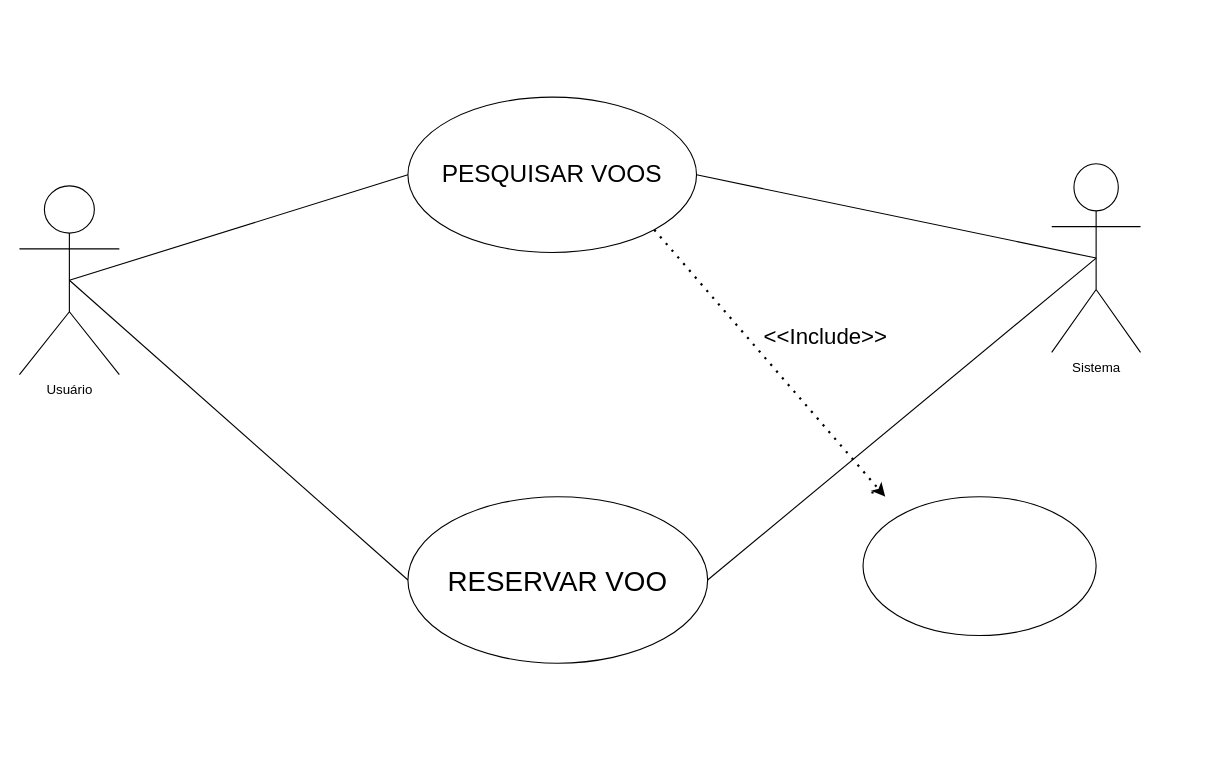
sthevaolol/Draw.io keeps this draw.io diagram as Diagrama sem nome.drawio. Above is the earlier version. Source tidied: cells renumbered, new cells numbered last; positions are measured from the earlier drawing's top-left corner, leaving out a move shared by most shapes. Both pictures are drawn from the tidied source at 111%, with x=0, y=0 at pixel (19, 97).
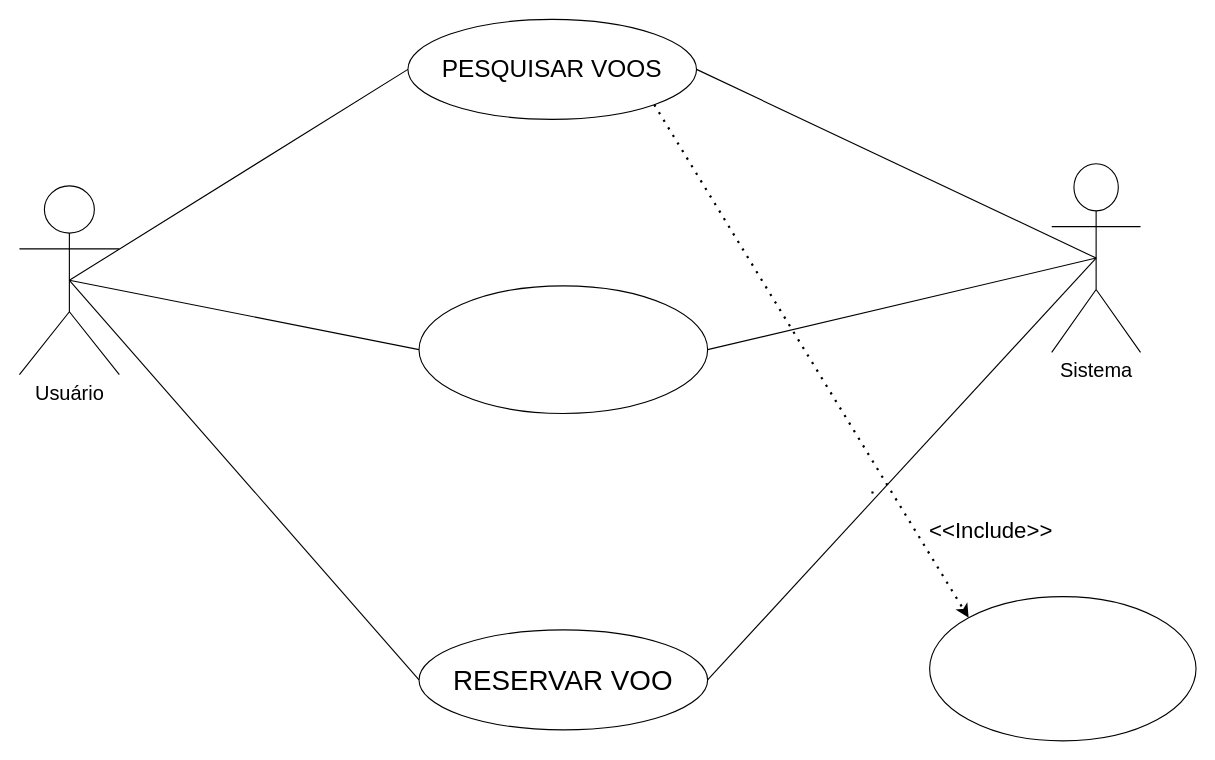
The same page after the edit.

The edit, as a diff of the source:
```diff
@@
 <mxGraphModel>
   <root>
     <mxCell id="0" />
     <mxCell id="1" parent="0" />
-    <mxCell id="2" value="Usuário" style="shape=umlActor;verticalLabelPosition=bottom;verticalAlign=top;html=1;outlineConnect=0;" parent="1" vertex="1">
+    <mxCell id="2" value="&lt;font style=&quot;font-size: 18px;&quot;&gt;Usuário&lt;/font&gt;" style="shape=umlActor;verticalLabelPosition=bottom;verticalAlign=top;html=1;outlineConnect=0;" parent="1" vertex="1">
       <mxGeometry y="80" width="90" height="170" as="geometry" />
     </mxCell>
-    <mxCell id="3" value="Sistema" style="shape=umlActor;verticalLabelPosition=bottom;verticalAlign=top;html=1;outlineConnect=0;" parent="1" vertex="1">
+    <mxCell id="3" value="&lt;font style=&quot;font-size: 18px;&quot;&gt;Sistema&lt;/font&gt;" style="shape=umlActor;verticalLabelPosition=bottom;verticalAlign=top;html=1;outlineConnect=0;" parent="1" vertex="1">
       <mxGeometry x="930" y="60" width="80" height="170" as="geometry" />
     </mxCell>
     <mxCell id="4" value="&lt;font style=&quot;font-size: 22px;&quot;&gt;PESQUISAR VOOS&lt;/font&gt;" style="ellipse;whiteSpace=wrap;html=1;" parent="1" vertex="1">
-      <mxGeometry x="350" width="260" height="140" as="geometry" />
+      <mxGeometry x="350" y="-70" width="260" height="90" as="geometry" />
     </mxCell>
     <mxCell id="5" value="&lt;font style=&quot;font-size: 25px;&quot;&gt;RESERVAR VOO&lt;/font&gt;" style="ellipse;whiteSpace=wrap;html=1;" parent="1" vertex="1">
-      <mxGeometry x="350" y="360" width="270" height="150" as="geometry" />
+      <mxGeometry x="360" y="480" width="260" height="90" as="geometry" />
     </mxCell>
     <mxCell id="6" style="ellipse;whiteSpace=wrap;html=1;" parent="1" vertex="1">
-      <mxGeometry x="760" y="360" width="210" height="125" as="geometry" />
+      <mxGeometry x="820" y="450" width="240" height="130" as="geometry" />
     </mxCell>
     <mxCell id="7" style="endArrow=none;html=1;rounded=0;exitX=0;exitY=0.5;exitDx=0;exitDy=0;entryX=0.5;entryY=0.5;entryDx=0;entryDy=0;entryPerimeter=0;" parent="1" edge="1" source="5" target="2">
       <mxGeometry relative="1" as="geometry" />
     </mxCell>
     <mxCell id="8" style="endArrow=none;html=1;rounded=0;exitX=0.5;exitY=0.5;exitDx=0;exitDy=0;exitPerimeter=0;entryX=0;entryY=0.5;entryDx=0;entryDy=0;" parent="1" edge="1" source="2" target="4">
       <mxGeometry relative="1" as="geometry" />
     </mxCell>
     <mxCell id="9" style="endArrow=none;dashed=1;html=1;dashPattern=1 3;strokeWidth=2;rounded=0;exitX=1;exitY=1;exitDx=0;exitDy=0;" parent="1" edge="1">
       <mxGeometry relative="1" as="geometry">
         <mxPoint x="768.3" y="357.2" as="sourcePoint" />
         <mxPoint x="770" y="350" as="targetPoint" />
       </mxGeometry>
     </mxCell>
     <mxCell id="10" style="endArrow=none;html=1;rounded=0;entryX=1;entryY=0.5;entryDx=0;entryDy=0;exitX=0.5;exitY=0.5;exitDx=0;exitDy=0;exitPerimeter=0;" parent="1" edge="1" source="3" target="4">
       <mxGeometry relative="1" as="geometry" />
     </mxCell>
     <mxCell id="11" style="endArrow=none;html=1;rounded=0;entryX=1;entryY=0.5;entryDx=0;entryDy=0;exitX=0.5;exitY=0.5;exitDx=0;exitDy=0;exitPerimeter=0;" parent="1" edge="1" source="3" target="5">
       <mxGeometry relative="1" as="geometry" />
     </mxCell>
     <mxCell id="12" value="&lt;font style=&quot;font-size: 20px;&quot;&gt;&amp;lt;&amp;lt;Include&amp;gt;&amp;gt;&lt;/font&gt;" style="text;html=1;align=center;verticalAlign=middle;strokeColor=none;fillColor=none;" parent="1" vertex="1">
-      <mxGeometry x="661" y="195" width="130" height="40" as="geometry" />
+      <mxGeometry x="810" y="370" width="130" height="40" as="geometry" />
     </mxCell>
-    <mxCell id="13" style="endArrow=classic;dashed=1;html=1;dashPattern=1 3;strokeWidth=2;rounded=0;exitX=1;exitY=1;exitDx=0;exitDy=0;endFill=1;" parent="1" edge="1" source="4">
-      <mxGeometry relative="1" as="geometry">
-        <mxPoint x="780" y="360" as="targetPoint" />
-      </mxGeometry>
+    <mxCell id="13" style="endArrow=classic;dashed=1;html=1;dashPattern=1 3;strokeWidth=2;rounded=0;exitX=1;exitY=1;exitDx=0;exitDy=0;endFill=1;entryX=0;entryY=0;entryDx=0;entryDy=0;" parent="1" edge="1" source="4" target="6">
+      <mxGeometry relative="1" as="geometry" />
     </mxCell>
+    <mxCell id="14" style="ellipse;whiteSpace=wrap;html=1;" parent="1" vertex="1">
+      <mxGeometry x="360" y="170" width="260" height="115" as="geometry" />
+    </mxCell>
+    <mxCell id="15" style="endArrow=none;html=1;rounded=0;exitX=0.5;exitY=0.5;exitDx=0;exitDy=0;exitPerimeter=0;entryX=0;entryY=0.5;entryDx=0;entryDy=0;" parent="1" edge="1" source="2" target="14">
+      <mxGeometry relative="1" as="geometry" />
+    </mxCell>
+    <mxCell id="16" style="endArrow=none;html=1;rounded=0;entryX=0.5;entryY=0.5;entryDx=0;entryDy=0;entryPerimeter=0;exitX=1;exitY=0.5;exitDx=0;exitDy=0;" parent="1" edge="1" source="14" target="3">
+      <mxGeometry relative="1" as="geometry" />
+    </mxCell>
   </root>
 </mxGraphModel>
```
